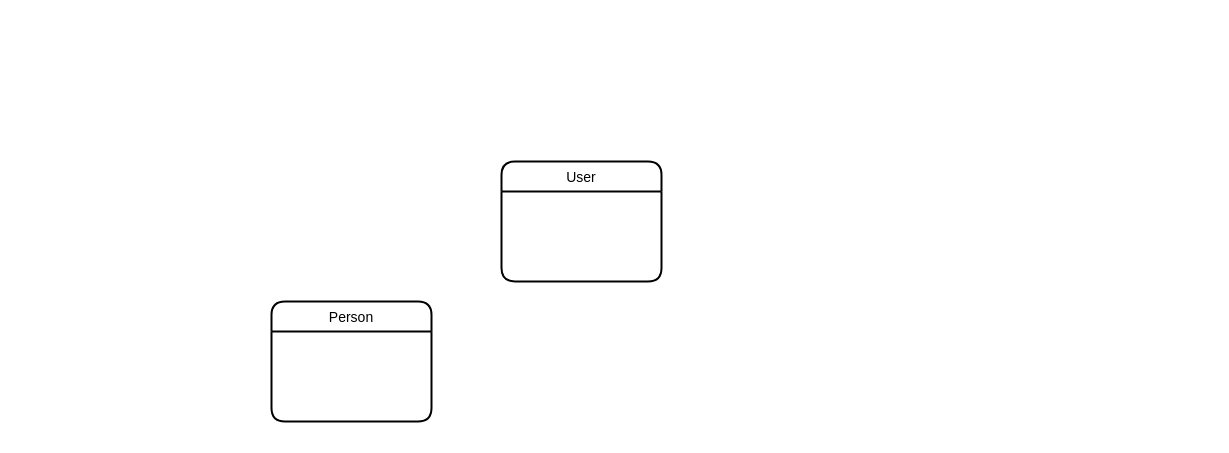
parismollo/SoundNetwork keeps this draw.io diagram as architecture.drawio. Above is the earlier version. Source tidied: cells renumbered, new cells numbered last; positions are measured from the earlier drawing's top-left corner, leaving out a move shared by most shapes. Both pictures are drawn from the tidied source at 100%, with x=0, y=0 at pixel (271, 161).
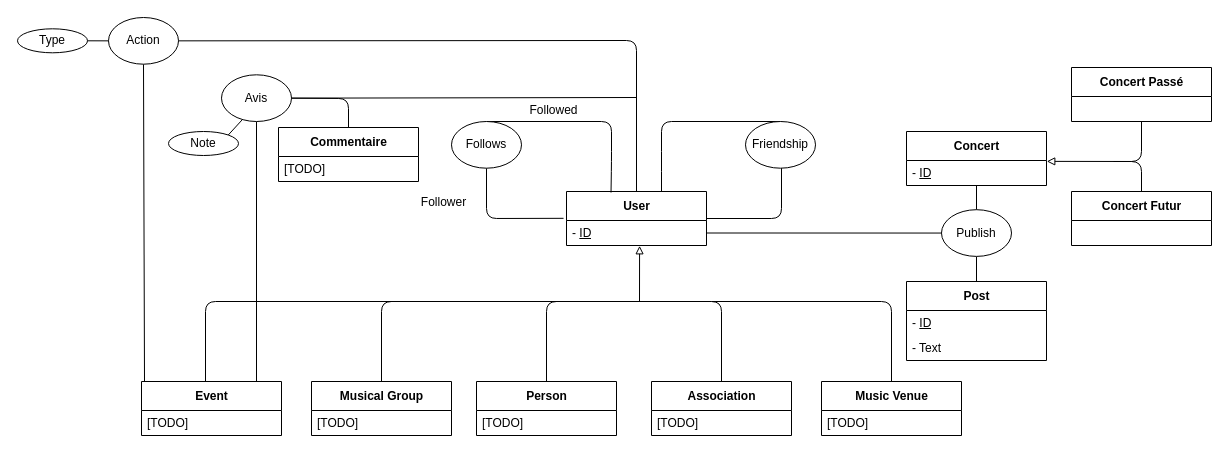
Above is the later version.

Commit message (it also covers changes not shown here):
start schema entités/associations

Diff of the diagram source:
```diff
@@
+    <mxCell id="4" style="edgeStyle=none;html=1;exitX=1;exitY=0.5;exitDx=0;exitDy=0;endArrow=none;endFill=0;" parent="1" edge="1" source="2">
+      <mxGeometry relative="1" as="geometry">
+        <mxPoint x="510" as="targetPoint" />
+        <Array as="points">
+          <mxPoint x="510" y="57" />
+        </Array>
+      </mxGeometry>
+    </mxCell>
+    <mxCell id="5" style="edgeStyle=none;html=1;exitX=0.5;exitY=0;exitDx=0;exitDy=0;startArrow=none;startFill=0;endArrow=none;endFill=0;entryX=1;entryY=0.5;entryDx=0;entryDy=0;" parent="1" edge="1" source="2" target="44">
+      <mxGeometry relative="1" as="geometry">
+        <Array as="points">
+          <mxPoint x="365" y="-121" />
+        </Array>
+      </mxGeometry>
+    </mxCell>
-    <mxCell id="2" value="User" style="swimlane;horizontal=1;startSize=30;rounded=1;fontSize=14;fontStyle=0;strokeWidth=2;shadow=0;dashed=0;align=center;" parent="1" vertex="1">
-      <mxGeometry x="230" width="160" height="120" as="geometry" />
+    <mxCell id="2" value="User" style="swimlane;fontStyle=1;align=center;verticalAlign=middle;horizontal=1;startSize=29;html=1;" parent="1" vertex="1">
+      <mxGeometry x="295" y="30" width="140" height="54" as="geometry" />
     </mxCell>
+    <mxCell id="6" value="- &lt;u&gt;ID&lt;/u&gt;" style="text;html=1;strokeColor=none;fillColor=none;align=left;verticalAlign=middle;spacingLeft=4;spacingRight=4;overflow=hidden;points=[[0,0.5],[1,0.5]];portConstraint=eastwest;" parent="2" vertex="1">
+      <mxGeometry y="29" width="140" height="25" as="geometry" />
+    </mxCell>
+    <mxCell id="7" style="edgeStyle=none;html=1;exitX=0.5;exitY=0;exitDx=0;exitDy=0;endArrow=none;endFill=0;" parent="1" edge="1" source="8">
+      <mxGeometry relative="1" as="geometry">
+        <mxPoint x="290" y="140" as="targetPoint" />
+        <Array as="points">
+          <mxPoint x="110" y="140" />
+        </Array>
+      </mxGeometry>
+    </mxCell>
+    <mxCell id="8" value="Musical Group" style="swimlane;fontStyle=1;align=center;verticalAlign=middle;horizontal=1;startSize=29;html=1;" parent="1" vertex="1">
+      <mxGeometry x="40" y="220" width="140" height="54" as="geometry" />
+    </mxCell>
+    <mxCell id="9" value="[TODO]" style="text;html=1;strokeColor=none;fillColor=none;align=left;verticalAlign=middle;spacingLeft=4;spacingRight=4;overflow=hidden;" parent="8" vertex="1">
+      <mxGeometry y="29" width="140" height="25" as="geometry" />
+    </mxCell>
+    <mxCell id="10" style="edgeStyle=none;html=1;exitX=0.5;exitY=0;exitDx=0;exitDy=0;endArrow=none;endFill=0;" parent="1" edge="1" source="3">
+      <mxGeometry relative="1" as="geometry">
+        <mxPoint x="370" y="140" as="targetPoint" />
+        <Array as="points">
+          <mxPoint x="275" y="140" />
+        </Array>
+      </mxGeometry>
+    </mxCell>
-    <mxCell id="3" value="Person" style="swimlane;horizontal=1;startSize=30;rounded=1;fontSize=14;fontStyle=0;strokeWidth=2;shadow=0;dashed=0;align=center;" parent="1" vertex="1">
-      <mxGeometry y="140" width="160" height="120" as="geometry" />
+    <mxCell id="3" value="Person" style="swimlane;fontStyle=1;align=center;verticalAlign=middle;horizontal=1;startSize=29;html=1;" parent="1" vertex="1">
+      <mxGeometry x="205" y="220" width="140" height="54" as="geometry" />
     </mxCell>
+    <mxCell id="11" value="[TODO]" style="text;html=1;strokeColor=none;fillColor=none;align=left;verticalAlign=middle;spacingLeft=4;spacingRight=4;overflow=hidden;" parent="3" vertex="1">
+      <mxGeometry y="29" width="140" height="25" as="geometry" />
+    </mxCell>
+    <mxCell id="12" style="edgeStyle=none;html=1;exitX=0.5;exitY=0;exitDx=0;exitDy=0;endArrow=none;endFill=0;" parent="1" edge="1" source="13">
+      <mxGeometry relative="1" as="geometry">
+        <mxPoint x="360" y="140" as="targetPoint" />
+        <Array as="points">
+          <mxPoint x="450" y="140" />
+        </Array>
+      </mxGeometry>
+    </mxCell>
+    <mxCell id="13" value="Association" style="swimlane;fontStyle=1;align=center;verticalAlign=middle;horizontal=1;startSize=29;html=1;" parent="1" vertex="1">
+      <mxGeometry x="380" y="220" width="140" height="54" as="geometry" />
+    </mxCell>
+    <mxCell id="14" value="[TODO]" style="text;html=1;strokeColor=none;fillColor=none;align=left;verticalAlign=middle;spacingLeft=4;spacingRight=4;overflow=hidden;" parent="13" vertex="1">
+      <mxGeometry y="29" width="140" height="25" as="geometry" />
+    </mxCell>
+    <mxCell id="15" style="edgeStyle=none;html=1;exitX=0.5;exitY=0;exitDx=0;exitDy=0;endArrow=none;endFill=0;" parent="1" edge="1" source="16">
+      <mxGeometry relative="1" as="geometry">
+        <mxPoint x="440" y="140" as="targetPoint" />
+        <Array as="points">
+          <mxPoint x="620" y="140" />
+        </Array>
+      </mxGeometry>
+    </mxCell>
+    <mxCell id="16" value="Music Venue" style="swimlane;fontStyle=1;align=center;verticalAlign=middle;horizontal=1;startSize=29;html=1;" parent="1" vertex="1">
+      <mxGeometry x="550" y="220" width="140" height="54" as="geometry" />
+    </mxCell>
+    <mxCell id="17" value="[TODO]" style="text;html=1;strokeColor=none;fillColor=none;align=left;verticalAlign=middle;spacingLeft=4;spacingRight=4;overflow=hidden;" parent="16" vertex="1">
+      <mxGeometry y="29" width="140" height="25" as="geometry" />
+    </mxCell>
+    <mxCell id="18" style="endArrow=block;html=1;entryX=0.522;entryY=1.012;entryDx=0;entryDy=0;entryPerimeter=0;endFill=0;" parent="1" edge="1" target="6">
+      <mxGeometry relative="1" as="geometry">
+        <mxPoint x="368" y="140" as="sourcePoint" />
+      </mxGeometry>
+    </mxCell>
+    <mxCell id="19" style="edgeStyle=none;html=1;exitX=0.5;exitY=0;exitDx=0;exitDy=0;endArrow=none;endFill=0;" parent="1" edge="1" source="20">
+      <mxGeometry relative="1" as="geometry">
+        <mxPoint x="390" y="30" as="targetPoint" />
+        <Array as="points">
+          <mxPoint x="390" y="-40" />
+          <mxPoint x="390" />
+        </Array>
+      </mxGeometry>
+    </mxCell>
+    <mxCell id="20" value="Friendship" style="ellipse;whiteSpace=wrap;html=1;" parent="1" vertex="1">
+      <mxGeometry x="474" y="-40" width="70" height="46.7" as="geometry" />
+    </mxCell>
+    <mxCell id="21" style="edgeStyle=none;html=1;exitX=0.5;exitY=1;exitDx=0;exitDy=0;entryX=-0.021;entryY=-0.087;entryDx=0;entryDy=0;entryPerimeter=0;endArrow=none;endFill=0;" parent="1" edge="1" source="23" target="6">
+      <mxGeometry relative="1" as="geometry">
+        <Array as="points">
+          <mxPoint x="215" y="57" />
+        </Array>
+      </mxGeometry>
+    </mxCell>
+    <mxCell id="22" style="edgeStyle=none;html=1;exitX=0.5;exitY=0;exitDx=0;exitDy=0;entryX=0.318;entryY=0.019;entryDx=0;entryDy=0;endArrow=none;endFill=0;entryPerimeter=0;" parent="1" edge="1" source="23" target="2">
+      <mxGeometry relative="1" as="geometry">
+        <Array as="points">
+          <mxPoint x="340" y="-40" />
+          <mxPoint x="340" />
+        </Array>
+      </mxGeometry>
+    </mxCell>
+    <mxCell id="23" value="Follows" style="ellipse;whiteSpace=wrap;html=1;flipV=0;" parent="1" vertex="1">
+      <mxGeometry x="180" y="-40" width="70" height="46.7" as="geometry" />
+    </mxCell>
+    <mxCell id="24" value="Follower" style="text;html=1;strokeColor=none;fillColor=none;align=center;verticalAlign=middle;whiteSpace=wrap;rounded=0;" parent="1" vertex="1">
+      <mxGeometry x="150" y="30" width="45" height="22.5" as="geometry" />
+    </mxCell>
+    <mxCell id="25" value="Followed" style="text;html=1;strokeColor=none;fillColor=none;align=center;verticalAlign=middle;whiteSpace=wrap;rounded=0;" parent="1" vertex="1">
+      <mxGeometry x="260" y="-62.5" width="45" height="22.5" as="geometry" />
+    </mxCell>
+    <mxCell id="26" value="Post" style="swimlane;fontStyle=1;align=center;verticalAlign=middle;horizontal=1;startSize=29;html=1;" parent="1" vertex="1">
+      <mxGeometry x="635" y="120" width="140" height="79" as="geometry" />
+    </mxCell>
+    <mxCell id="27" value="- &lt;u&gt;ID&lt;/u&gt;" style="text;html=1;strokeColor=none;fillColor=none;align=left;verticalAlign=middle;spacingLeft=4;spacingRight=4;overflow=hidden;" parent="26" vertex="1">
+      <mxGeometry y="29" width="140" height="25" as="geometry" />
+    </mxCell>
+    <mxCell id="28" value="- Text" style="text;html=1;strokeColor=none;fillColor=none;align=left;verticalAlign=middle;spacingLeft=4;spacingRight=4;overflow=hidden;" parent="26" vertex="1">
+      <mxGeometry y="54" width="140" height="25" as="geometry" />
+    </mxCell>
+    <mxCell id="29" style="edgeStyle=none;html=1;exitX=0.5;exitY=1;exitDx=0;exitDy=0;entryX=0.5;entryY=0;entryDx=0;entryDy=0;endArrow=none;endFill=0;startArrow=none;" parent="1" edge="1" source="32" target="26">
+      <mxGeometry relative="1" as="geometry" />
+    </mxCell>
+    <mxCell id="30" style="edgeStyle=none;html=1;exitX=1;exitY=0.5;exitDx=0;exitDy=0;entryX=0;entryY=0.5;entryDx=0;entryDy=0;endArrow=none;endFill=0;" parent="1" edge="1" source="6" target="32">
+      <mxGeometry relative="1" as="geometry" />
+    </mxCell>
+    <mxCell id="31" style="edgeStyle=none;html=1;exitX=0.5;exitY=0;exitDx=0;exitDy=0;entryX=0.5;entryY=1;entryDx=0;entryDy=0;endArrow=none;endFill=0;" parent="1" edge="1" source="32" target="33">
+      <mxGeometry relative="1" as="geometry" />
+    </mxCell>
+    <mxCell id="32" value="Publish" style="ellipse;whiteSpace=wrap;html=1;" parent="1" vertex="1">
+      <mxGeometry x="670" y="48.2" width="70" height="46.7" as="geometry" />
+    </mxCell>
+    <mxCell id="33" value="Concert" style="swimlane;fontStyle=1;align=center;verticalAlign=middle;horizontal=1;startSize=29;html=1;" parent="1" vertex="1">
+      <mxGeometry x="635" y="-30" width="140" height="54" as="geometry" />
+    </mxCell>
+    <mxCell id="34" value="- &lt;u&gt;ID&lt;/u&gt;" style="text;html=1;strokeColor=none;fillColor=none;align=left;verticalAlign=middle;spacingLeft=4;spacingRight=4;overflow=hidden;points=[[0,0.5],[1,0.5]];portConstraint=eastwest;" parent="33" vertex="1">
+      <mxGeometry y="29" width="140" height="25" as="geometry" />
+    </mxCell>
+    <mxCell id="35" style="edgeStyle=none;html=1;exitX=0.5;exitY=1;exitDx=0;exitDy=0;endArrow=block;endFill=0;startArrow=none;startFill=0;entryX=1.002;entryY=0.035;entryDx=0;entryDy=0;entryPerimeter=0;" parent="1" edge="1" target="34">
+      <mxGeometry relative="1" as="geometry">
+        <mxPoint x="870" y="-40" as="sourcePoint" />
+        <Array as="points">
+          <mxPoint x="870" />
+        </Array>
+      </mxGeometry>
+    </mxCell>
+    <mxCell id="36" value="Concert Passé" style="swimlane;fontStyle=1;align=center;verticalAlign=middle;horizontal=1;startSize=29;html=1;" parent="1" vertex="1">
+      <mxGeometry x="800" y="-94" width="140" height="54" as="geometry" />
+    </mxCell>
+    <mxCell id="37" style="edgeStyle=none;html=1;exitX=0.5;exitY=0;exitDx=0;exitDy=0;startArrow=none;startFill=0;endArrow=none;endFill=0;" parent="1" edge="1" source="38">
+      <mxGeometry relative="1" as="geometry">
+        <mxPoint x="842" as="targetPoint" />
+        <Array as="points">
+          <mxPoint x="870" />
+        </Array>
+      </mxGeometry>
+    </mxCell>
+    <mxCell id="38" value="Concert Futur" style="swimlane;fontStyle=1;align=center;verticalAlign=middle;horizontal=1;startSize=29;html=1;" parent="1" vertex="1">
+      <mxGeometry x="800" y="30" width="140" height="54" as="geometry" />
+    </mxCell>
+    <mxCell id="39" value="Event" style="swimlane;fontStyle=1;align=center;verticalAlign=middle;horizontal=1;startSize=29;html=1;" parent="1" vertex="1">
+      <mxGeometry x="-130" y="220" width="140" height="54" as="geometry" />
+    </mxCell>
+    <mxCell id="40" value="[TODO]" style="text;html=1;strokeColor=none;fillColor=none;align=left;verticalAlign=middle;spacingLeft=4;spacingRight=4;overflow=hidden;" parent="39" vertex="1">
+      <mxGeometry y="29" width="140" height="25" as="geometry" />
+    </mxCell>
+    <mxCell id="41" style="edgeStyle=none;html=1;exitX=0.5;exitY=0;exitDx=0;exitDy=0;endArrow=none;endFill=0;" parent="1" edge="1">
+      <mxGeometry relative="1" as="geometry">
+        <mxPoint x="-66" y="220" as="sourcePoint" />
+        <mxPoint x="130" y="140" as="targetPoint" />
+        <Array as="points">
+          <mxPoint x="-66" y="140" />
+        </Array>
+      </mxGeometry>
+    </mxCell>
+    <mxCell id="42" style="edgeStyle=none;html=1;exitX=0.5;exitY=1;exitDx=0;exitDy=0;startArrow=none;startFill=0;endArrow=none;endFill=0;" parent="1" edge="1" source="44">
+      <mxGeometry relative="1" as="geometry">
+        <mxPoint x="-127" y="220" as="targetPoint" />
+      </mxGeometry>
+    </mxCell>
+    <mxCell id="43" style="edgeStyle=none;html=1;exitX=0;exitY=0.5;exitDx=0;exitDy=0;startArrow=none;startFill=0;endArrow=none;endFill=0;" parent="1" edge="1" source="44" target="45">
+      <mxGeometry relative="1" as="geometry" />
+    </mxCell>
+    <mxCell id="44" value="Action" style="ellipse;whiteSpace=wrap;html=1;flipV=0;" parent="1" vertex="1">
+      <mxGeometry x="-163" y="-144" width="70" height="46.7" as="geometry" />
+    </mxCell>
+    <mxCell id="45" value="Type" style="ellipse;whiteSpace=wrap;html=1;flipV=0;" parent="1" vertex="1">
+      <mxGeometry x="-254" y="-132.7" width="70" height="24" as="geometry" />
+    </mxCell>
+    <mxCell id="46" style="edgeStyle=none;html=1;exitX=0.5;exitY=1;exitDx=0;exitDy=0;startArrow=none;startFill=0;endArrow=none;endFill=0;" parent="1" edge="1" source="48">
+      <mxGeometry relative="1" as="geometry">
+        <mxPoint x="-15" y="220" as="targetPoint" />
+      </mxGeometry>
+    </mxCell>
+    <mxCell id="47" style="edgeStyle=none;html=1;exitX=1;exitY=0.5;exitDx=0;exitDy=0;startArrow=none;startFill=0;endArrow=none;endFill=0;" parent="1" edge="1" source="48">
+      <mxGeometry relative="1" as="geometry">
+        <mxPoint x="365" y="-64" as="targetPoint" />
+      </mxGeometry>
+    </mxCell>
+    <mxCell id="48" value="Avis" style="ellipse;whiteSpace=wrap;html=1;flipV=0;" parent="1" vertex="1">
+      <mxGeometry x="-50" y="-86.7" width="70" height="46.7" as="geometry" />
+    </mxCell>
+    <mxCell id="49" style="edgeStyle=none;html=1;exitX=0.5;exitY=0;exitDx=0;exitDy=0;startArrow=none;startFill=0;endArrow=none;endFill=0;entryX=1;entryY=0.5;entryDx=0;entryDy=0;" parent="1" edge="1" source="52" target="48">
+      <mxGeometry relative="1" as="geometry">
+        <Array as="points">
+          <mxPoint x="77" y="-63" />
+        </Array>
+      </mxGeometry>
+    </mxCell>
+    <mxCell id="50" style="edgeStyle=none;html=1;exitX=1;exitY=0;exitDx=0;exitDy=0;entryX=0.301;entryY=0.955;entryDx=0;entryDy=0;entryPerimeter=0;startArrow=none;startFill=0;endArrow=none;endFill=0;" parent="1" edge="1" source="51" target="48">
+      <mxGeometry relative="1" as="geometry" />
+    </mxCell>
+    <mxCell id="51" value="Note" style="ellipse;whiteSpace=wrap;html=1;flipV=0;" parent="1" vertex="1">
+      <mxGeometry x="-103" y="-30" width="70" height="24" as="geometry" />
+    </mxCell>
+    <mxCell id="52" value="Commentaire" style="swimlane;fontStyle=1;align=center;verticalAlign=middle;horizontal=1;startSize=29;html=1;" parent="1" vertex="1">
+      <mxGeometry x="7" y="-34" width="140" height="54" as="geometry" />
+    </mxCell>
+    <mxCell id="53" value="[TODO]" style="text;html=1;strokeColor=none;fillColor=none;align=left;verticalAlign=middle;spacingLeft=4;spacingRight=4;overflow=hidden;" parent="52" vertex="1">
+      <mxGeometry y="29" width="140" height="25" as="geometry" />
+    </mxCell>
```
